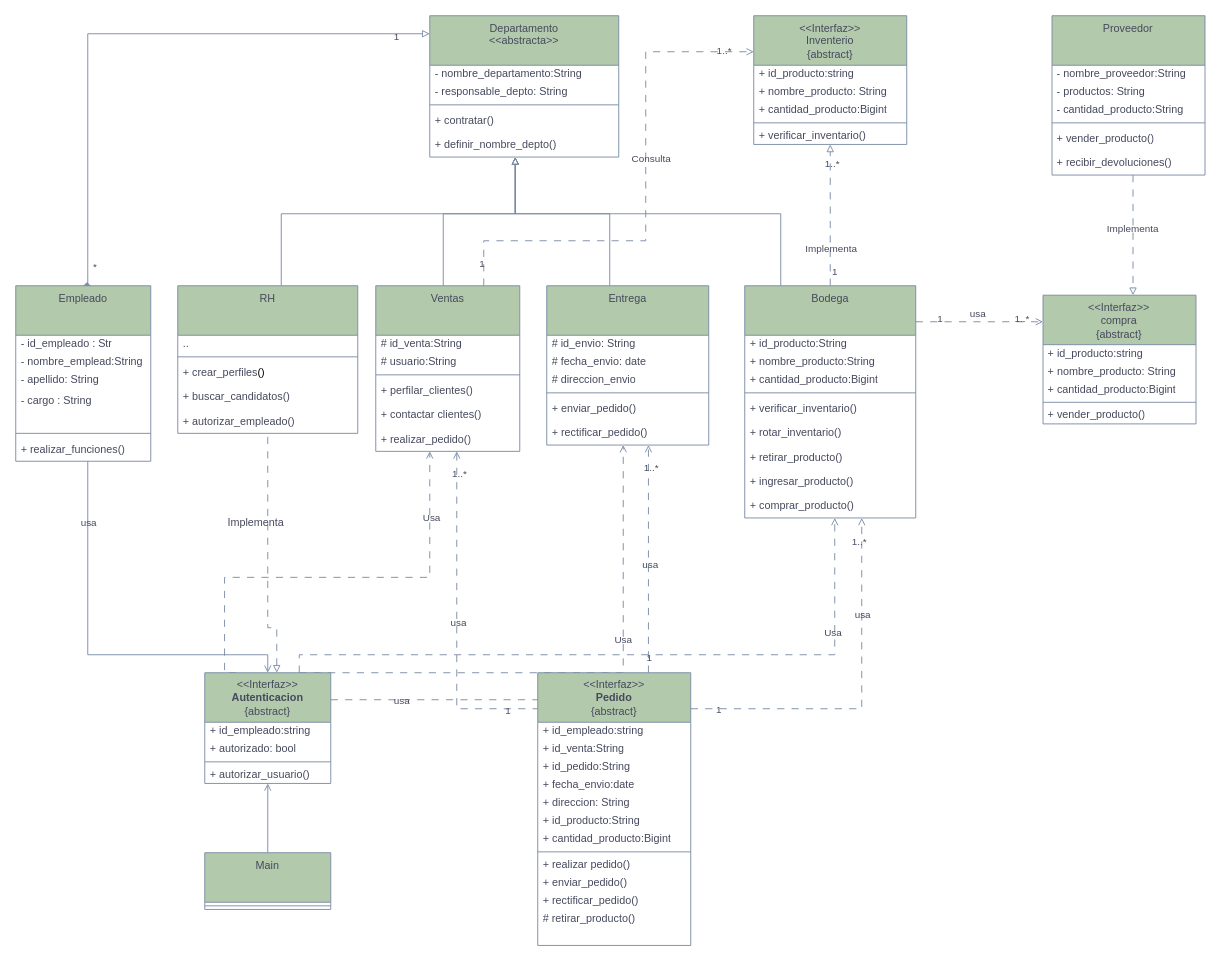
Before: PoliAct2.drawio in inglopez89/poli_master_project, a draw.io diagram. Source tidied: cells renumbered, new cells numbered last; positions are measured from the earlier drawing's top-left corner, leaving out a move shared by most shapes. Both pictures are drawn from the tidied source at 90%, with x=0, y=0 at pixel (15, 15).
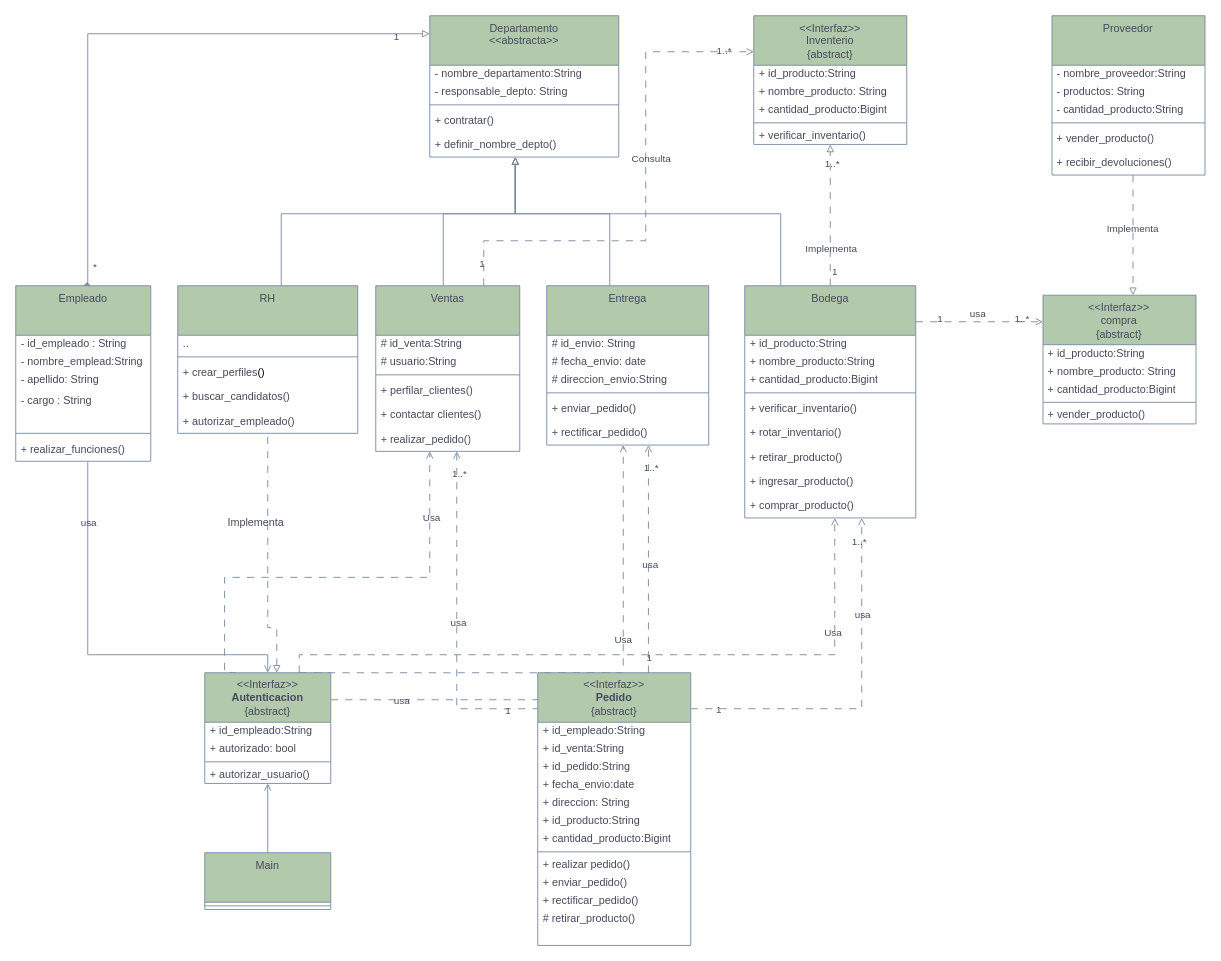
After the change.

Unchanged cells that the change refers to:
```xml
<mxCell id="53" value="Entrega" style="swimlane;fontStyle=0;align=center;verticalAlign=top;horizontal=1;startSize=55;html=1;whiteSpace=wrap;labelBackgroundColor=none;fillColor=#B2C9AB;strokeColor=#788AA3;fontColor=#46495D;rounded=0;" parent="1" vertex="1">
  <mxGeometry x="590" y="300" width="180" height="177" as="geometry" />
</mxCell>
<mxCell id="75" value="&amp;lt;&amp;lt;Interfaz&amp;gt;&amp;gt;&lt;br&gt;&lt;b&gt;Autenticacion&lt;/b&gt;&lt;br&gt;{abstract}" style="swimlane;fontStyle=0;align=center;verticalAlign=top;horizontal=1;startSize=55;html=1;whiteSpace=wrap;labelBackgroundColor=none;fillColor=#B2C9AB;strokeColor=#788AA3;fontColor=#46495D;rounded=0;" parent="1" vertex="1">
  <mxGeometry x="210" y="730" width="140" height="123" as="geometry" />
</mxCell>
<mxCell id="83" value="Empleado" style="swimlane;fontStyle=0;align=center;verticalAlign=top;horizontal=1;startSize=55;html=1;whiteSpace=wrap;labelBackgroundColor=none;fillColor=#B2C9AB;strokeColor=#788AA3;fontColor=#46495D;rounded=0;" parent="1" vertex="1">
  <mxGeometry y="300" width="150" height="195" as="geometry" />
</mxCell>
<mxCell id="95" value="&amp;lt;&amp;lt;Interfaz&amp;gt;&amp;gt;&lt;div&gt;Inventerio&lt;br&gt;{abstract}&lt;/div&gt;" style="swimlane;fontStyle=0;align=center;verticalAlign=top;horizontal=1;startSize=55;html=1;whiteSpace=wrap;labelBackgroundColor=none;fillColor=#B2C9AB;strokeColor=#788AA3;fontColor=#46495D;rounded=0;" parent="1" vertex="1">
  <mxGeometry x="820" width="170" height="143" as="geometry" />
</mxCell>
<mxCell id="108" value="&amp;lt;&amp;lt;Interfaz&amp;gt;&amp;gt;&lt;br&gt;&lt;b&gt;Pedido&lt;/b&gt;&lt;br&gt;{abstract}" style="swimlane;fontStyle=0;align=center;verticalAlign=top;horizontal=1;startSize=55;html=1;whiteSpace=wrap;labelBackgroundColor=none;fillColor=#B2C9AB;strokeColor=#788AA3;fontColor=#46495D;rounded=0;" parent="1" vertex="1">
  <mxGeometry x="580" y="730" width="170" height="303" as="geometry" />
</mxCell>
<mxCell id="126" value="&amp;lt;&amp;lt;Interfaz&amp;gt;&amp;gt;&lt;div&gt;compra&lt;br&gt;{abstract}&lt;/div&gt;" style="swimlane;fontStyle=0;align=center;verticalAlign=top;horizontal=1;startSize=55;html=1;whiteSpace=wrap;labelBackgroundColor=none;fillColor=#B2C9AB;strokeColor=#788AA3;fontColor=#46495D;rounded=0;" parent="1" vertex="1">
  <mxGeometry x="1141.4" y="310.5" width="170" height="143" as="geometry" />
</mxCell>
```

The edit, as a diff of the source:
```diff
@@
-    <mxCell id="56" value="# direccion_envio" style="text;html=1;strokeColor=none;fillColor=none;align=left;verticalAlign=middle;spacingLeft=4;spacingRight=4;overflow=hidden;whiteSpace=wrap;labelBackgroundColor=none;fontColor=#46495D;rounded=0;" parent="53" vertex="1">
+    <mxCell id="56" value="# direccion_envio:String" style="text;html=1;strokeColor=none;fillColor=none;align=left;verticalAlign=middle;spacingLeft=4;spacingRight=4;overflow=hidden;whiteSpace=wrap;labelBackgroundColor=none;fontColor=#46495D;rounded=0;" parent="53" vertex="1">
       <mxGeometry y="95" width="180" height="20" as="geometry" />
     </mxCell>
@@
-    <mxCell id="76" value="+ id_empleado:string" style="text;html=1;strokeColor=none;fillColor=none;align=left;verticalAlign=middle;spacingLeft=4;spacingRight=4;overflow=hidden;whiteSpace=wrap;labelBackgroundColor=none;fontColor=#46495D;rounded=0;" parent="75" vertex="1">
+    <mxCell id="76" value="+ id_empleado:String" style="text;html=1;strokeColor=none;fillColor=none;align=left;verticalAlign=middle;spacingLeft=4;spacingRight=4;overflow=hidden;whiteSpace=wrap;labelBackgroundColor=none;fontColor=#46495D;rounded=0;" parent="75" vertex="1">
       <mxGeometry y="55" width="140" height="20" as="geometry" />
     </mxCell>
@@
-    <mxCell id="84" value="- id_empleado : Str" style="text;html=1;strokeColor=none;fillColor=none;align=left;verticalAlign=middle;spacingLeft=4;spacingRight=4;overflow=hidden;whiteSpace=wrap;labelBackgroundColor=none;fontColor=#46495D;rounded=0;" parent="83" vertex="1">
+    <mxCell id="84" value="- id_empleado : String" style="text;html=1;strokeColor=none;fillColor=none;align=left;verticalAlign=middle;spacingLeft=4;spacingRight=4;overflow=hidden;whiteSpace=wrap;labelBackgroundColor=none;fontColor=#46495D;rounded=0;" parent="83" vertex="1">
       <mxGeometry y="55" width="150" height="20" as="geometry" />
     </mxCell>
@@
-    <mxCell id="96" value="+ id_producto:string" style="text;html=1;strokeColor=none;fillColor=none;align=left;verticalAlign=middle;spacingLeft=4;spacingRight=4;overflow=hidden;whiteSpace=wrap;labelBackgroundColor=none;fontColor=#46495D;rounded=0;" parent="95" vertex="1">
+    <mxCell id="96" value="+ id_producto:String" style="text;html=1;strokeColor=none;fillColor=none;align=left;verticalAlign=middle;spacingLeft=4;spacingRight=4;overflow=hidden;whiteSpace=wrap;labelBackgroundColor=none;fontColor=#46495D;rounded=0;" parent="95" vertex="1">
       <mxGeometry y="55" width="170" height="20" as="geometry" />
     </mxCell>
@@
-    <mxCell id="109" value="+ id_empleado:string" style="text;html=1;strokeColor=none;fillColor=none;align=left;verticalAlign=middle;spacingLeft=4;spacingRight=4;overflow=hidden;whiteSpace=wrap;labelBackgroundColor=none;fontColor=#46495D;rounded=0;" parent="108" vertex="1">
+    <mxCell id="109" value="+ id_empleado:String" style="text;html=1;strokeColor=none;fillColor=none;align=left;verticalAlign=middle;spacingLeft=4;spacingRight=4;overflow=hidden;whiteSpace=wrap;labelBackgroundColor=none;fontColor=#46495D;rounded=0;" parent="108" vertex="1">
       <mxGeometry y="55" width="170" height="20" as="geometry" />
     </mxCell>
@@
-    <mxCell id="127" value="+ id_producto:string" style="text;html=1;strokeColor=none;fillColor=none;align=left;verticalAlign=middle;spacingLeft=4;spacingRight=4;overflow=hidden;whiteSpace=wrap;labelBackgroundColor=none;fontColor=#46495D;rounded=0;" parent="126" vertex="1">
+    <mxCell id="127" value="+ id_producto:String" style="text;html=1;strokeColor=none;fillColor=none;align=left;verticalAlign=middle;spacingLeft=4;spacingRight=4;overflow=hidden;whiteSpace=wrap;labelBackgroundColor=none;fontColor=#46495D;rounded=0;" parent="126" vertex="1">
       <mxGeometry y="55" width="170" height="20" as="geometry" />
     </mxCell>
```
